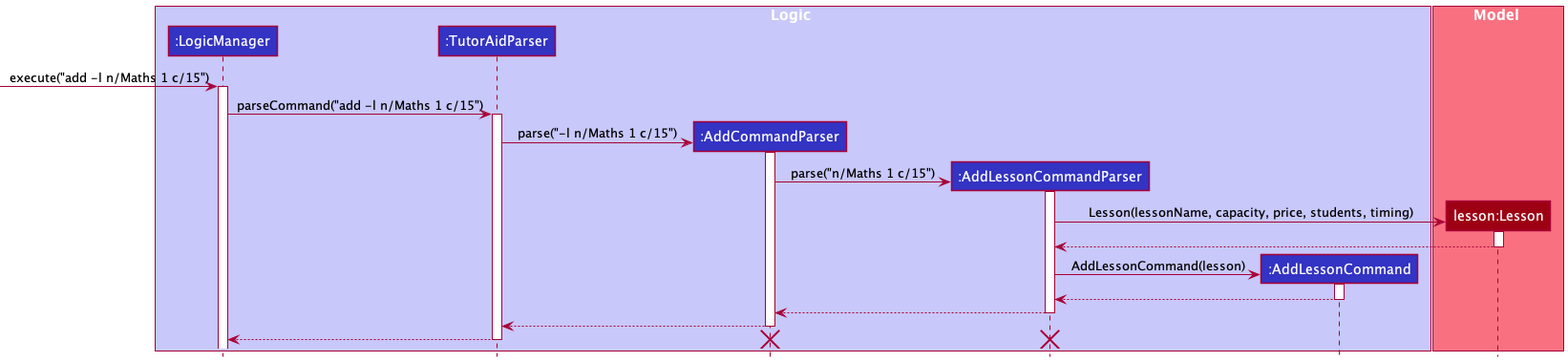
Above: docs/images/ParseAddLessonCommandSequenceDiagram.png in nus-cs2103-AY2122S1/tp (PlantUML), before the change.
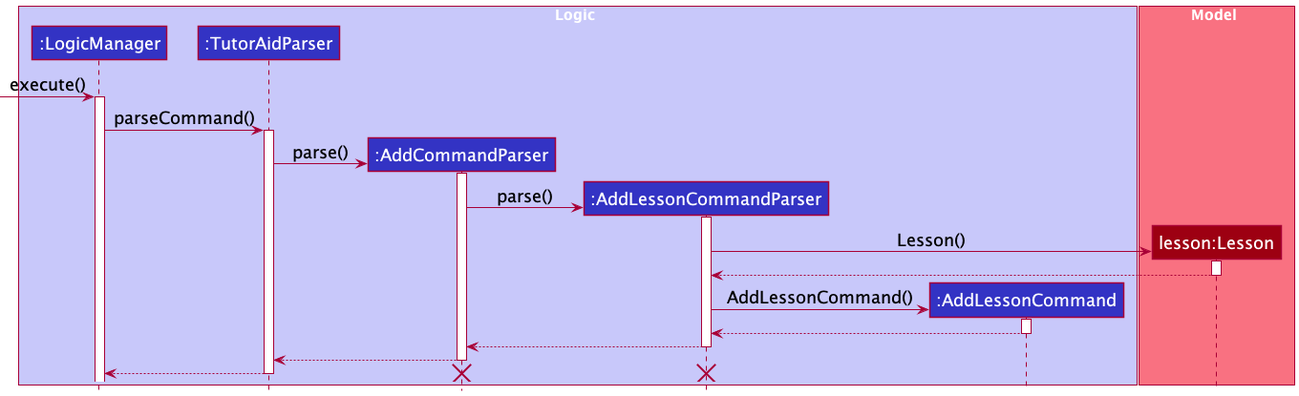
Above is the later version.

What changed in the source:
```diff
@@ -1,5 +1,10 @@
 @startuml
 !include style.puml
+
+skinparam classFontSize 18
+skinparam packageFontSize 18
+skinparam classStereotypeFontSize 18
+skinparam defaultFontSize 18
 
 box Logic LOGIC_COLOR_T1
 participant ":LogicManager" as LogicManager LOGIC_COLOR
@@ -13,29 +18,29 @@
 participant "lesson:Lesson" as Lesson MODEL_COLOR
 end box
 
-[-> LogicManager : execute("add -l n/Maths 1 c/15")
+[-> LogicManager : execute()
 activate LogicManager
 
-LogicManager -> TutorAidParser : parseCommand("add -l n/Maths 1 c/15")
+LogicManager -> TutorAidParser : parseCommand()
 activate TutorAidParser
 
 create AddCommandParser
-TutorAidParser -> AddCommandParser : parse("-l n/Maths 1 c/15")
+TutorAidParser -> AddCommandParser : parse()
 activate AddCommandParser
 
 create AddLessonCommandParser
-AddCommandParser -> AddLessonCommandParser : parse("n/Maths 1 c/15")
+AddCommandParser -> AddLessonCommandParser : parse()
 activate AddLessonCommandParser
 
 create Lesson
-AddLessonCommandParser -> Lesson : Lesson(lessonName, capacity, price, students, timing)
+AddLessonCommandParser -> Lesson : Lesson()
 activate Lesson
 
 Lesson --> AddLessonCommandParser
 deactivate Lesson
 
 create AddLessonCommand
-AddLessonCommandParser -> AddLessonCommand : AddLessonCommand(lesson)
+AddLessonCommandParser -> AddLessonCommand : AddLessonCommand()
 activate AddLessonCommand
 
 AddLessonCommand --> AddLessonCommandParser
```
